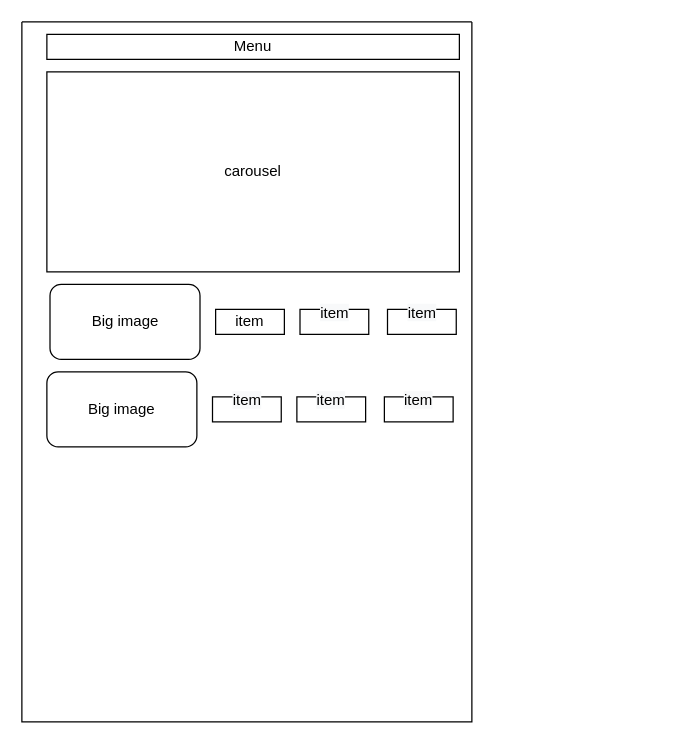
Above: Untitled Diagram.drawio in cuongne/Assignment5_Html_ReBuild (draw.io), before the change. Source tidied: cells renumbered, new cells numbered last; positions are measured from the earlier drawing's top-left corner, leaving out a move shared by most shapes. Both pictures are drawn from the tidied source at 125%, with x=0, y=0 at pixel (21, 21).
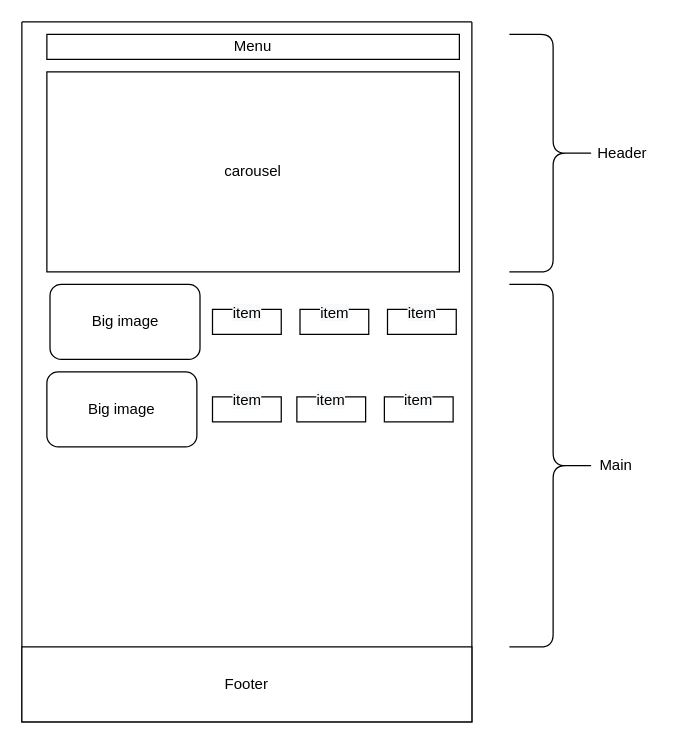
Above is the later version.

What changed in the source:
```diff
@@
 <mxGraphModel>
   <root>
     <mxCell id="0" />
     <mxCell id="1" parent="0" />
     <mxCell id="2" style="swimlane;startSize=0;" parent="1" vertex="1">
       <mxGeometry width="360" height="560" as="geometry" />
     </mxCell>
     <mxCell id="3" value="Menu" style="rounded=0;whiteSpace=wrap;html=1;" parent="2" vertex="1">
       <mxGeometry x="20" y="10" width="330" height="20" as="geometry" />
     </mxCell>
     <mxCell id="4" value="Big image" style="rounded=1;whiteSpace=wrap;html=1;" parent="2" vertex="1">
       <mxGeometry x="22.5" y="210" width="120" height="60" as="geometry" />
     </mxCell>
-    <mxCell id="5" value="item" style="rounded=0;whiteSpace=wrap;html=1;" parent="2" vertex="1">
-      <mxGeometry x="155" y="230" width="55" height="20" as="geometry" />
-    </mxCell>
     <mxCell id="6" value="&#10;&lt;span style=&quot;color: rgb(0, 0, 0); font-family: Helvetica; font-size: 12px; font-style: normal; font-variant-ligatures: normal; font-variant-caps: normal; font-weight: 400; letter-spacing: normal; orphans: 2; text-align: center; text-indent: 0px; text-transform: none; widows: 2; word-spacing: 0px; -webkit-text-stroke-width: 0px; background-color: rgb(248, 249, 250); text-decoration-thickness: initial; text-decoration-style: initial; text-decoration-color: initial; float: none; display: inline !important;&quot;&gt;item&lt;/span&gt;&#10;&#10;" style="rounded=0;whiteSpace=wrap;html=1;" parent="2" vertex="1">
       <mxGeometry x="222.5" y="230" width="55" height="20" as="geometry" />
     </mxCell>
     <mxCell id="7" value="&#10;&lt;span style=&quot;color: rgb(0, 0, 0); font-family: Helvetica; font-size: 12px; font-style: normal; font-variant-ligatures: normal; font-variant-caps: normal; font-weight: 400; letter-spacing: normal; orphans: 2; text-align: center; text-indent: 0px; text-transform: none; widows: 2; word-spacing: 0px; -webkit-text-stroke-width: 0px; background-color: rgb(248, 249, 250); text-decoration-thickness: initial; text-decoration-style: initial; text-decoration-color: initial; float: none; display: inline !important;&quot;&gt;item&lt;/span&gt;&#10;&#10;" style="rounded=0;whiteSpace=wrap;html=1;" parent="2" vertex="1">
       <mxGeometry x="292.5" y="230" width="55" height="20" as="geometry" />
     </mxCell>
     <mxCell id="8" value="Big image" style="rounded=1;whiteSpace=wrap;html=1;" parent="2" vertex="1">
       <mxGeometry x="20" y="280" width="120" height="60" as="geometry" />
     </mxCell>
     <mxCell id="9" value="&#10;&lt;span style=&quot;color: rgb(0, 0, 0); font-family: Helvetica; font-size: 12px; font-style: normal; font-variant-ligatures: normal; font-variant-caps: normal; font-weight: 400; letter-spacing: normal; orphans: 2; text-align: center; text-indent: 0px; text-transform: none; widows: 2; word-spacing: 0px; -webkit-text-stroke-width: 0px; background-color: rgb(248, 249, 250); text-decoration-thickness: initial; text-decoration-style: initial; text-decoration-color: initial; float: none; display: inline !important;&quot;&gt;item&lt;/span&gt;&#10;&#10;" style="rounded=0;whiteSpace=wrap;html=1;" parent="2" vertex="1">
       <mxGeometry x="152.5" y="300" width="55" height="20" as="geometry" />
     </mxCell>
     <mxCell id="10" value="&#10;&lt;span style=&quot;color: rgb(0, 0, 0); font-family: Helvetica; font-size: 12px; font-style: normal; font-variant-ligatures: normal; font-variant-caps: normal; font-weight: 400; letter-spacing: normal; orphans: 2; text-align: center; text-indent: 0px; text-transform: none; widows: 2; word-spacing: 0px; -webkit-text-stroke-width: 0px; background-color: rgb(248, 249, 250); text-decoration-thickness: initial; text-decoration-style: initial; text-decoration-color: initial; float: none; display: inline !important;&quot;&gt;item&lt;/span&gt;&#10;&#10;" style="rounded=0;whiteSpace=wrap;html=1;" parent="2" vertex="1">
       <mxGeometry x="220" y="300" width="55" height="20" as="geometry" />
     </mxCell>
     <mxCell id="11" value="&#10;&lt;span style=&quot;color: rgb(0, 0, 0); font-family: Helvetica; font-size: 12px; font-style: normal; font-variant-ligatures: normal; font-variant-caps: normal; font-weight: 400; letter-spacing: normal; orphans: 2; text-align: center; text-indent: 0px; text-transform: none; widows: 2; word-spacing: 0px; -webkit-text-stroke-width: 0px; background-color: rgb(248, 249, 250); text-decoration-thickness: initial; text-decoration-style: initial; text-decoration-color: initial; float: none; display: inline !important;&quot;&gt;item&lt;/span&gt;&#10;&#10;" style="rounded=0;whiteSpace=wrap;html=1;" parent="2" vertex="1">
       <mxGeometry x="290" y="300" width="55" height="20" as="geometry" />
     </mxCell>
     <mxCell id="12" value="carousel" style="rounded=0;whiteSpace=wrap;html=1;" parent="2" vertex="1">
       <mxGeometry x="20" y="40" width="330" height="160" as="geometry" />
     </mxCell>
+    <mxCell id="13" value="Footer" style="rounded=0;whiteSpace=wrap;html=1;" parent="2" vertex="1">
+      <mxGeometry y="500" width="360" height="60" as="geometry" />
+    </mxCell>
+    <mxCell id="5" value="&#10;&lt;span style=&quot;color: rgb(0, 0, 0); font-family: Helvetica; font-size: 12px; font-style: normal; font-variant-ligatures: normal; font-variant-caps: normal; font-weight: 400; letter-spacing: normal; orphans: 2; text-align: center; text-indent: 0px; text-transform: none; widows: 2; word-spacing: 0px; -webkit-text-stroke-width: 0px; background-color: rgb(248, 249, 250); text-decoration-thickness: initial; text-decoration-style: initial; text-decoration-color: initial; float: none; display: inline !important;&quot;&gt;item&lt;/span&gt;&#10;&#10;" style="rounded=0;whiteSpace=wrap;html=1;" parent="2" vertex="1">
+      <mxGeometry x="152.5" y="230" width="55" height="20" as="geometry" />
+    </mxCell>
+    <mxCell id="14" value="&lt;div style=&quot;&quot;&gt;&lt;br&gt;&lt;/div&gt;" style="shape=curlyBracket;whiteSpace=wrap;html=1;rounded=1;flipH=1;align=right;size=0.5;" parent="1" vertex="1">
+      <mxGeometry x="390" y="10" width="70" height="190" as="geometry" />
+    </mxCell>
+    <mxCell id="15" value="Header" style="text;html=1;align=center;verticalAlign=middle;strokeColor=none;fillColor=none;" parent="1" vertex="1">
+      <mxGeometry x="450" y="90" width="60" height="30" as="geometry" />
+    </mxCell>
+    <mxCell id="16" value="&lt;div style=&quot;&quot;&gt;&lt;br&gt;&lt;/div&gt;" style="shape=curlyBracket;whiteSpace=wrap;html=1;rounded=1;flipH=1;align=right;size=0.5;" parent="1" vertex="1">
+      <mxGeometry x="390" y="210" width="70" height="290" as="geometry" />
+    </mxCell>
+    <mxCell id="17" value="Main" style="text;html=1;align=center;verticalAlign=middle;strokeColor=none;fillColor=none;" parent="1" vertex="1">
+      <mxGeometry x="450" y="340" width="50" height="30" as="geometry" />
+    </mxCell>
   </root>
 </mxGraphModel>
```
